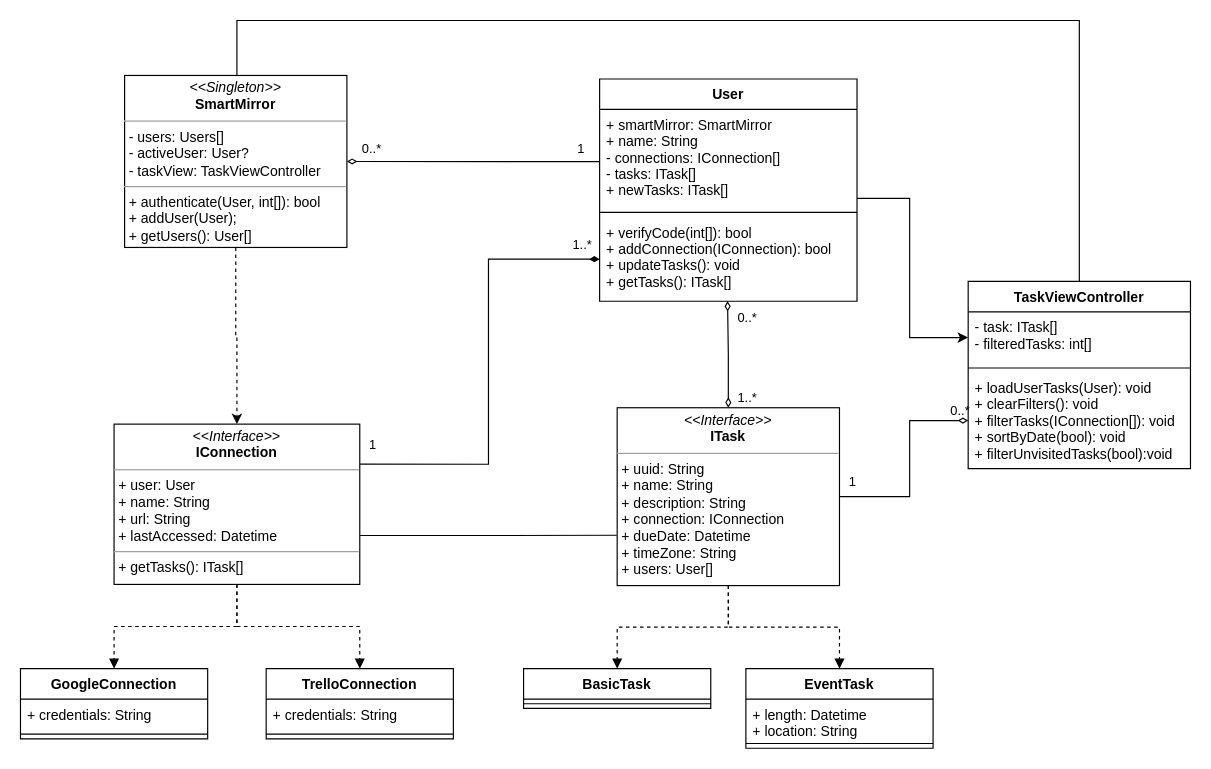
Before: page "objects" (1 of 8) of smart-mirror.drawio in Bab-Lab/smart-mirror, a draw.io diagram. Source tidied: cells renumbered, new cells numbered last; positions are measured from the earlier drawing's top-left corner, leaving out a move shared by most shapes. Both pictures are drawn from the tidied source at 117%, with x=0, y=0 at pixel (20, 20).
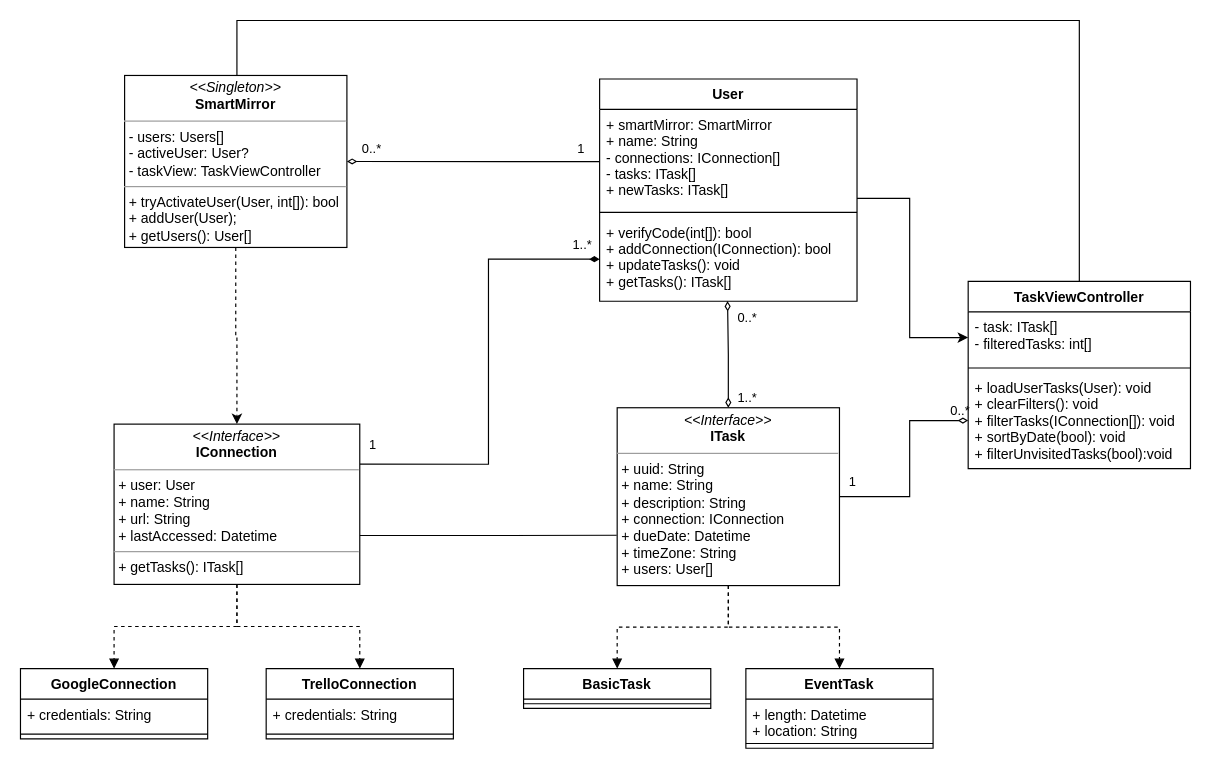
The same page after the edit.

The edit, as a diff of the source:
```diff
@@
-    <mxCell id="32" value="&lt;p style=&quot;margin: 0px ; margin-top: 4px ; text-align: center&quot;&gt;&lt;i&gt;&amp;lt;&amp;lt;Singleton&amp;gt;&amp;gt;&lt;/i&gt;&lt;br&gt;&lt;b&gt;SmartMirror&lt;/b&gt;&lt;/p&gt;&lt;hr size=&quot;1&quot;&gt;&lt;p style=&quot;margin: 0px ; margin-left: 4px&quot;&gt;- users: Users[]&lt;br&gt;&lt;/p&gt;&lt;p style=&quot;margin: 0px ; margin-left: 4px&quot;&gt;- activeUser: User?&lt;/p&gt;&lt;p style=&quot;margin: 0px ; margin-left: 4px&quot;&gt;- taskView: TaskViewController&lt;/p&gt;&lt;hr size=&quot;1&quot;&gt;&lt;p style=&quot;margin: 0px ; margin-left: 4px&quot;&gt;+ authenticate(User, int[]): bool&lt;/p&gt;&lt;p style=&quot;margin: 0px ; margin-left: 4px&quot;&gt;+ addUser(User);&lt;/p&gt;&lt;p style=&quot;margin: 0px ; margin-left: 4px&quot;&gt;+ getUsers(): User[]&lt;/p&gt;" style="verticalAlign=top;align=left;overflow=fill;fontSize=12;fontFamily=Helvetica;html=1;fillColor=#FFFFFF;labelBackgroundColor=none;" parent="1" vertex="1">
+    <mxCell id="32" value="&lt;p style=&quot;margin: 0px ; margin-top: 4px ; text-align: center&quot;&gt;&lt;i&gt;&amp;lt;&amp;lt;Singleton&amp;gt;&amp;gt;&lt;/i&gt;&lt;br&gt;&lt;b&gt;SmartMirror&lt;/b&gt;&lt;/p&gt;&lt;hr size=&quot;1&quot;&gt;&lt;p style=&quot;margin: 0px ; margin-left: 4px&quot;&gt;- users: Users[]&lt;br&gt;&lt;/p&gt;&lt;p style=&quot;margin: 0px ; margin-left: 4px&quot;&gt;- activeUser: User?&lt;/p&gt;&lt;p style=&quot;margin: 0px ; margin-left: 4px&quot;&gt;- taskView: TaskViewController&lt;/p&gt;&lt;hr size=&quot;1&quot;&gt;&lt;p style=&quot;margin: 0px ; margin-left: 4px&quot;&gt;+ tryActivateUser(User, int[]): bool&lt;/p&gt;&lt;p style=&quot;margin: 0px ; margin-left: 4px&quot;&gt;+ addUser(User);&lt;/p&gt;&lt;p style=&quot;margin: 0px ; margin-left: 4px&quot;&gt;+ getUsers(): User[]&lt;/p&gt;" style="verticalAlign=top;align=left;overflow=fill;fontSize=12;fontFamily=Helvetica;html=1;fillColor=#FFFFFF;labelBackgroundColor=none;" parent="1" vertex="1">
       <mxGeometry x="89" y="47" width="190" height="147" as="geometry" />
     </mxCell>
```
